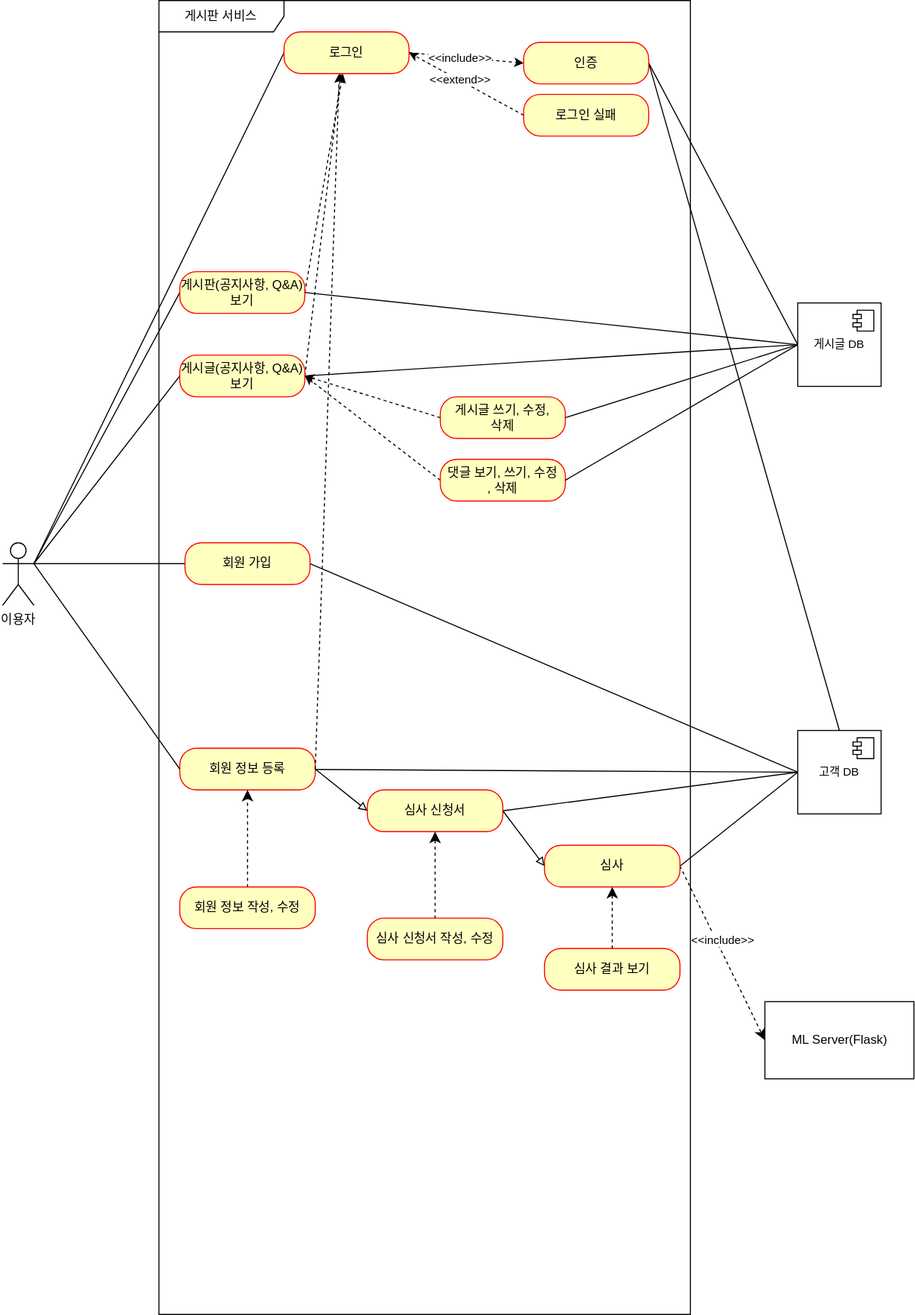
This is document/할부금융 usecase.drawio.svg from MasterOfAglioEolio/auto-loan-project, a draw.io export, as it was before one commit. Source tidied: cells renumbered, new cells last; positions are measured from the earlier drawing's top-left corner, leaving out a move shared by most shapes. The source it was exported from:
```xml
<mxGraphModel>
  <root>
    <mxCell id="0" />
    <mxCell id="1" parent="0" />
    <mxCell id="2" value="ML Server(Flask)" style="html=1;whiteSpace=wrap;" parent="1" vertex="1">
      <mxGeometry x="731.5" y="960" width="143" height="74" as="geometry" />
    </mxCell>
    <mxCell id="3" style="edgeStyle=none;shape=connector;rounded=0;jettySize=auto;html=1;exitX=0;exitY=0.5;exitDx=0;exitDy=0;entryX=1;entryY=0.5;entryDx=0;entryDy=0;labelBackgroundColor=default;strokeColor=default;fontFamily=Helvetica;fontSize=11;fontColor=default;endArrow=none;endFill=0;" parent="1" edge="1" source="32" target="14">
      <mxGeometry relative="1" as="geometry" />
    </mxCell>
    <mxCell id="4" style="rounded=0;jettySize=auto;html=1;entryX=0;entryY=0.5;entryDx=0;entryDy=0;endArrow=none;endFill=0;exitX=1;exitY=0.3333333333333333;exitDx=0;exitDy=0;exitPerimeter=0;" parent="1" edge="1" source="7" target="10">
      <mxGeometry relative="1" as="geometry" />
    </mxCell>
    <mxCell id="5" style="rounded=0;jettySize=auto;html=1;exitX=1;exitY=0.3333333333333333;exitDx=0;exitDy=0;exitPerimeter=0;entryX=0;entryY=0.5;entryDx=0;entryDy=0;endArrow=none;endFill=0;" parent="1" edge="1" source="7" target="12">
      <mxGeometry relative="1" as="geometry" />
    </mxCell>
    <mxCell id="6" style="edgeStyle=none;shape=connector;rounded=0;jettySize=auto;html=1;entryX=0;entryY=0.5;entryDx=0;entryDy=0;labelBackgroundColor=default;strokeColor=default;fontFamily=Helvetica;fontSize=11;fontColor=default;endArrow=none;endFill=0;exitX=1;exitY=0.3333333333333333;exitDx=0;exitDy=0;exitPerimeter=0;" parent="1" edge="1" source="7" target="14">
      <mxGeometry relative="1" as="geometry" />
    </mxCell>
    <mxCell id="7" value="이용자" style="shape=umlActor;verticalLabelPosition=bottom;verticalAlign=top;html=1;" parent="1" vertex="1">
      <mxGeometry y="520" width="30" height="60" as="geometry" />
    </mxCell>
    <mxCell id="8" value="게시판 서비스" style="shape=umlFrame;whiteSpace=wrap;html=1;width=120;height=30;" parent="1" vertex="1">
      <mxGeometry x="150" width="510" height="1260" as="geometry" />
    </mxCell>
    <mxCell id="9" style="edgeStyle=none;curved=1;rounded=0;jettySize=auto;html=1;exitX=1;exitY=0.5;exitDx=0;exitDy=0;entryX=0;entryY=0.5;entryDx=0;entryDy=0;fontSize=12;startSize=8;endSize=8;endArrow=none;endFill=0;" parent="1" edge="1" source="10" target="40">
      <mxGeometry relative="1" as="geometry" />
    </mxCell>
    <mxCell id="10" value="회원 가입" style="rounded=1;whiteSpace=wrap;html=1;arcSize=40;fontColor=#000000;fillColor=#ffffc0;strokeColor=#ff0000;" parent="1" vertex="1">
      <mxGeometry x="175" y="520" width="120" height="40" as="geometry" />
    </mxCell>
    <mxCell id="11" style="edgeStyle=none;shape=connector;rounded=0;jettySize=auto;html=1;exitX=1;exitY=0.5;exitDx=0;exitDy=0;labelBackgroundColor=default;strokeColor=default;fontFamily=Helvetica;fontSize=11;fontColor=default;endArrow=classic;endFill=1;dashed=1;" parent="1" edge="1" source="12" target="20">
      <mxGeometry relative="1" as="geometry" />
    </mxCell>
    <mxCell id="12" value="게시판(공지사항, Q&amp;amp;A) 보기" style="rounded=1;whiteSpace=wrap;html=1;arcSize=40;fontColor=#000000;fillColor=#ffffc0;strokeColor=#ff0000;" parent="1" vertex="1">
      <mxGeometry x="170" y="260" width="120" height="40" as="geometry" />
    </mxCell>
    <mxCell id="13" style="edgeStyle=none;shape=connector;rounded=0;jettySize=auto;html=1;exitX=1;exitY=0.5;exitDx=0;exitDy=0;entryX=0.455;entryY=1.001;entryDx=0;entryDy=0;labelBackgroundColor=default;strokeColor=default;fontFamily=Helvetica;fontSize=11;fontColor=default;endArrow=classic;endFill=1;dashed=1;entryPerimeter=0;" parent="1" edge="1" source="14" target="20">
      <mxGeometry relative="1" as="geometry" />
    </mxCell>
    <mxCell id="14" value="게시글(공지사항, Q&amp;amp;A) 보기" style="rounded=1;whiteSpace=wrap;html=1;arcSize=40;fontColor=#000000;fillColor=#ffffc0;strokeColor=#ff0000;" parent="1" vertex="1">
      <mxGeometry x="170" y="340" width="120" height="40" as="geometry" />
    </mxCell>
    <mxCell id="15" style="rounded=0;jettySize=auto;html=1;exitX=0;exitY=0.5;exitDx=0;exitDy=0;entryX=1;entryY=0.3333333333333333;entryDx=0;entryDy=0;entryPerimeter=0;endArrow=none;endFill=0;" parent="1" edge="1" source="20" target="7">
      <mxGeometry relative="1" as="geometry" />
    </mxCell>
    <mxCell id="16" style="edgeStyle=none;shape=connector;rounded=0;jettySize=auto;html=1;exitX=1;exitY=0.5;exitDx=0;exitDy=0;entryX=0;entryY=0.5;entryDx=0;entryDy=0;labelBackgroundColor=default;strokeColor=default;fontFamily=Helvetica;fontSize=11;fontColor=default;endArrow=classic;endFill=1;dashed=1;" parent="1" edge="1" source="20" target="23">
      <mxGeometry relative="1" as="geometry" />
    </mxCell>
    <mxCell id="17" value="&amp;lt;&amp;lt;include&amp;gt;&amp;gt;" style="edgeLabel;html=1;align=center;verticalAlign=middle;fontSize=11;fontFamily=Helvetica;fontColor=default;" parent="16" vertex="1">
      <mxGeometry x="-0.13" relative="1" as="geometry" />
    </mxCell>
    <mxCell id="18" style="edgeStyle=none;shape=connector;rounded=0;jettySize=auto;html=1;exitX=0;exitY=0.5;exitDx=0;exitDy=0;labelBackgroundColor=default;strokeColor=default;fontFamily=Helvetica;fontSize=11;fontColor=default;endArrow=classic;endFill=1;dashed=1;entryX=1;entryY=0.5;entryDx=0;entryDy=0;targetPerimeterSpacing=0;" parent="1" edge="1" source="24" target="20">
      <mxGeometry relative="1" as="geometry" />
    </mxCell>
    <mxCell id="19" value="&amp;lt;&amp;lt;extend&amp;gt;&amp;gt;" style="edgeLabel;html=1;align=center;verticalAlign=middle;fontSize=11;fontFamily=Helvetica;fontColor=default;" parent="18" vertex="1">
      <mxGeometry x="0.12" y="-1" relative="1" as="geometry" />
    </mxCell>
    <mxCell id="20" value="로그인" style="rounded=1;whiteSpace=wrap;html=1;arcSize=40;fontColor=#000000;fillColor=#ffffc0;strokeColor=#ff0000;" parent="1" vertex="1">
      <mxGeometry x="270" y="30" width="120" height="40" as="geometry" />
    </mxCell>
    <mxCell id="21" style="edgeStyle=none;shape=connector;rounded=0;jettySize=auto;html=1;exitX=1;exitY=0.5;exitDx=0;exitDy=0;entryX=0;entryY=0.5;entryDx=0;entryDy=0;labelBackgroundColor=default;strokeColor=default;fontFamily=Helvetica;fontSize=11;fontColor=default;endArrow=none;endFill=0;" parent="1" edge="1" source="23" target="32">
      <mxGeometry relative="1" as="geometry" />
    </mxCell>
    <mxCell id="22" style="rounded=0;jettySize=auto;html=1;exitX=1;exitY=0.5;exitDx=0;exitDy=0;entryX=0.5;entryY=0;entryDx=0;entryDy=0;startArrow=none;startFill=0;endArrow=none;endFill=0;" parent="1" edge="1" source="23" target="40">
      <mxGeometry relative="1" as="geometry" />
    </mxCell>
    <mxCell id="23" value="인증" style="rounded=1;whiteSpace=wrap;html=1;arcSize=40;fontColor=#000000;fillColor=#ffffc0;strokeColor=#ff0000;" parent="1" vertex="1">
      <mxGeometry x="500" y="40" width="120" height="40" as="geometry" />
    </mxCell>
    <mxCell id="24" value="로그인 실패" style="rounded=1;whiteSpace=wrap;html=1;arcSize=40;fontColor=#000000;fillColor=#ffffc0;strokeColor=#ff0000;" parent="1" vertex="1">
      <mxGeometry x="500" y="90" width="120" height="40" as="geometry" />
    </mxCell>
    <mxCell id="25" style="edgeStyle=none;shape=connector;rounded=0;jettySize=auto;html=1;exitX=0;exitY=0.5;exitDx=0;exitDy=0;entryX=1;entryY=0.5;entryDx=0;entryDy=0;dashed=1;labelBackgroundColor=default;strokeColor=default;fontFamily=Helvetica;fontSize=11;fontColor=default;endArrow=classic;endFill=1;" parent="1" edge="1" source="26" target="14">
      <mxGeometry relative="1" as="geometry" />
    </mxCell>
    <mxCell id="26" value="게시글 쓰기, 수정, &lt;br&gt;삭제" style="rounded=1;whiteSpace=wrap;html=1;arcSize=40;fontColor=#000000;fillColor=#ffffc0;strokeColor=#ff0000;" parent="1" vertex="1">
      <mxGeometry x="420" y="380" width="120" height="40" as="geometry" />
    </mxCell>
    <mxCell id="27" style="edgeStyle=none;shape=connector;rounded=0;jettySize=auto;html=1;exitX=0;exitY=0.5;exitDx=0;exitDy=0;dashed=1;labelBackgroundColor=default;strokeColor=default;fontFamily=Helvetica;fontSize=11;fontColor=default;endArrow=classic;endFill=1;" parent="1" edge="1" source="28">
      <mxGeometry relative="1" as="geometry">
        <mxPoint x="290" y="360" as="targetPoint" />
      </mxGeometry>
    </mxCell>
    <mxCell id="28" value="댓글 보기, 쓰기, 수정&lt;br&gt;, 삭제" style="rounded=1;whiteSpace=wrap;html=1;arcSize=40;fontColor=#000000;fillColor=#ffffc0;strokeColor=#ff0000;" parent="1" vertex="1">
      <mxGeometry x="420" y="440" width="120" height="40" as="geometry" />
    </mxCell>
    <mxCell id="29" style="edgeStyle=none;shape=connector;rounded=0;jettySize=auto;html=1;exitX=0;exitY=0.5;exitDx=0;exitDy=0;entryX=1;entryY=0.5;entryDx=0;entryDy=0;labelBackgroundColor=default;strokeColor=default;fontFamily=Helvetica;fontSize=11;fontColor=default;endArrow=none;endFill=0;" parent="1" edge="1" source="32" target="12">
      <mxGeometry relative="1" as="geometry" />
    </mxCell>
    <mxCell id="30" style="edgeStyle=none;shape=connector;rounded=0;jettySize=auto;html=1;exitX=0;exitY=0.5;exitDx=0;exitDy=0;entryX=1;entryY=0.5;entryDx=0;entryDy=0;labelBackgroundColor=default;strokeColor=default;fontFamily=Helvetica;fontSize=11;fontColor=default;endArrow=none;endFill=0;" parent="1" edge="1" source="32" target="26">
      <mxGeometry relative="1" as="geometry" />
    </mxCell>
    <mxCell id="31" style="edgeStyle=none;shape=connector;rounded=0;jettySize=auto;html=1;exitX=0;exitY=0.5;exitDx=0;exitDy=0;entryX=1;entryY=0.5;entryDx=0;entryDy=0;labelBackgroundColor=default;strokeColor=default;fontFamily=Helvetica;fontSize=11;fontColor=default;endArrow=none;endFill=0;" parent="1" edge="1" source="32" target="28">
      <mxGeometry relative="1" as="geometry" />
    </mxCell>
    <mxCell id="32" value="게시글 DB" style="html=1;whiteSpace=wrap;fontFamily=Helvetica;fontSize=11;fontColor=default;" parent="1" vertex="1">
      <mxGeometry x="763" y="290" width="80" height="80" as="geometry" />
    </mxCell>
    <mxCell id="33" style="shape=module;jettyWidth=8;jettyHeight=4;fontFamily=Helvetica;fontSize=11;fontColor=default;" parent="32" vertex="1">
      <mxGeometry x="1" width="20" height="20" relative="1" as="geometry">
        <mxPoint x="-27" y="7" as="offset" />
      </mxGeometry>
    </mxCell>
    <mxCell id="34" value="회원 정보 등록" style="rounded=1;whiteSpace=wrap;html=1;arcSize=40;fontColor=#000000;fillColor=#ffffc0;strokeColor=#ff0000;" parent="1" vertex="1">
      <mxGeometry x="170" y="717" width="130" height="40" as="geometry" />
    </mxCell>
    <mxCell id="35" style="endArrow=none;html=1;rounded=0;exitX=0;exitY=0.5;exitDx=0;exitDy=0;entryX=1;entryY=0.3333333333333333;entryDx=0;entryDy=0;entryPerimeter=0;" parent="1" edge="1" source="34" target="7">
      <mxGeometry relative="1" as="geometry" />
    </mxCell>
    <mxCell id="36" style="endArrow=classic;html=1;rounded=0;entryX=0.442;entryY=1;entryDx=0;entryDy=0;entryPerimeter=0;exitX=1;exitY=0.5;exitDx=0;exitDy=0;jumpStyle=none;dashed=1;" parent="1" edge="1" source="34" target="20">
      <mxGeometry relative="1" as="geometry" />
    </mxCell>
    <mxCell id="37" style="edgeStyle=none;curved=1;rounded=0;jettySize=auto;html=1;exitX=0;exitY=0.5;exitDx=0;exitDy=0;fontSize=12;startSize=8;endSize=8;startArrow=none;startFill=0;endArrow=none;endFill=0;" parent="1" edge="1" source="40" target="34">
      <mxGeometry relative="1" as="geometry" />
    </mxCell>
    <mxCell id="38" style="edgeStyle=none;curved=1;rounded=0;jettySize=auto;html=1;exitX=0;exitY=0.5;exitDx=0;exitDy=0;entryX=1;entryY=0.5;entryDx=0;entryDy=0;fontSize=12;startSize=8;endSize=8;endArrow=none;endFill=0;" parent="1" edge="1" source="40" target="44">
      <mxGeometry relative="1" as="geometry" />
    </mxCell>
    <mxCell id="39" style="edgeStyle=none;curved=1;rounded=0;jettySize=auto;html=1;exitX=0;exitY=0.5;exitDx=0;exitDy=0;entryX=1;entryY=0.5;entryDx=0;entryDy=0;fontSize=12;startSize=8;endSize=8;endArrow=none;endFill=0;" parent="1" edge="1" source="40" target="50">
      <mxGeometry relative="1" as="geometry" />
    </mxCell>
    <mxCell id="40" value="고객 DB" style="html=1;whiteSpace=wrap;fontFamily=Helvetica;fontSize=11;fontColor=default;" parent="1" vertex="1">
      <mxGeometry x="763" y="700" width="80" height="80" as="geometry" />
    </mxCell>
    <mxCell id="41" style="shape=module;jettyWidth=8;jettyHeight=4;fontFamily=Helvetica;fontSize=11;fontColor=default;" parent="40" vertex="1">
      <mxGeometry x="1" width="20" height="20" relative="1" as="geometry">
        <mxPoint x="-27" y="7" as="offset" />
      </mxGeometry>
    </mxCell>
    <mxCell id="42" style="endArrow=block;html=1;rounded=0;exitX=1;exitY=0.5;exitDx=0;exitDy=0;entryX=0;entryY=0.5;entryDx=0;entryDy=0;endFill=0;" parent="1" edge="1" source="44" target="50">
      <mxGeometry relative="1" as="geometry" />
    </mxCell>
    <mxCell id="43" style="endArrow=block;html=1;rounded=0;exitX=1;exitY=0.5;exitDx=0;exitDy=0;entryX=0;entryY=0.5;entryDx=0;entryDy=0;endFill=0;" parent="1" edge="1" source="34" target="44">
      <mxGeometry relative="1" as="geometry" />
    </mxCell>
    <mxCell id="44" value="심사 신청서" style="rounded=1;whiteSpace=wrap;html=1;arcSize=40;fontColor=#000000;fillColor=#ffffc0;strokeColor=#ff0000;" parent="1" vertex="1">
      <mxGeometry x="350" y="757" width="130" height="40" as="geometry" />
    </mxCell>
    <mxCell id="45" style="edgeStyle=none;curved=1;rounded=0;jettySize=auto;html=1;exitX=0.5;exitY=0;exitDx=0;exitDy=0;entryX=0.5;entryY=1;entryDx=0;entryDy=0;fontSize=12;startSize=8;endSize=8;dashed=1;" parent="1" edge="1" source="46" target="44">
      <mxGeometry relative="1" as="geometry" />
    </mxCell>
    <mxCell id="46" value="심사 신청서 작성, 수정" style="rounded=1;whiteSpace=wrap;html=1;arcSize=40;fontColor=#000000;fillColor=#ffffc0;strokeColor=#ff0000;" parent="1" vertex="1">
      <mxGeometry x="350" y="880" width="130" height="40" as="geometry" />
    </mxCell>
    <mxCell id="47" style="edgeStyle=none;curved=1;rounded=0;jettySize=auto;html=1;exitX=0.5;exitY=0;exitDx=0;exitDy=0;entryX=0.5;entryY=1;entryDx=0;entryDy=0;fontSize=12;startSize=8;endSize=8;dashed=1;" parent="1" edge="1" source="48" target="34">
      <mxGeometry relative="1" as="geometry" />
    </mxCell>
    <mxCell id="48" value="회원 정보 작성, 수정" style="rounded=1;whiteSpace=wrap;html=1;arcSize=40;fontColor=#000000;fillColor=#ffffc0;strokeColor=#ff0000;" parent="1" vertex="1">
      <mxGeometry x="170" y="850" width="130" height="40" as="geometry" />
    </mxCell>
    <mxCell id="49" style="edgeStyle=none;curved=1;rounded=0;jettySize=auto;html=1;exitX=1;exitY=0.5;exitDx=0;exitDy=0;entryX=0;entryY=0.5;entryDx=0;entryDy=0;fontSize=12;startSize=8;endSize=8;dashed=1;" parent="1" edge="1" source="50" target="2">
      <mxGeometry relative="1" as="geometry" />
    </mxCell>
    <mxCell id="50" value="심사" style="rounded=1;whiteSpace=wrap;html=1;arcSize=40;fontColor=#000000;fillColor=#ffffc0;strokeColor=#ff0000;" parent="1" vertex="1">
      <mxGeometry x="520" y="810" width="130" height="40" as="geometry" />
    </mxCell>
    <mxCell id="51" value="&amp;lt;&amp;lt;include&amp;gt;&amp;gt;" style="edgeLabel;html=1;align=center;verticalAlign=middle;fontSize=11;fontFamily=Helvetica;fontColor=default;" parent="1" vertex="1">
      <mxGeometry x="690" y="900" as="geometry" />
    </mxCell>
    <mxCell id="52" value="심사 결과 보기" style="rounded=1;whiteSpace=wrap;html=1;arcSize=40;fontColor=#000000;fillColor=#ffffc0;strokeColor=#ff0000;" parent="1" vertex="1">
      <mxGeometry x="520" y="909" width="130" height="40" as="geometry" />
    </mxCell>
    <mxCell id="53" style="edgeStyle=none;curved=1;rounded=0;jettySize=auto;html=1;exitX=0.5;exitY=0;exitDx=0;exitDy=0;entryX=0.5;entryY=1;entryDx=0;entryDy=0;fontSize=12;startSize=8;endSize=8;dashed=1;" parent="1" edge="1" source="52" target="50">
      <mxGeometry relative="1" as="geometry" />
    </mxCell>
  </root>
</mxGraphModel>
```
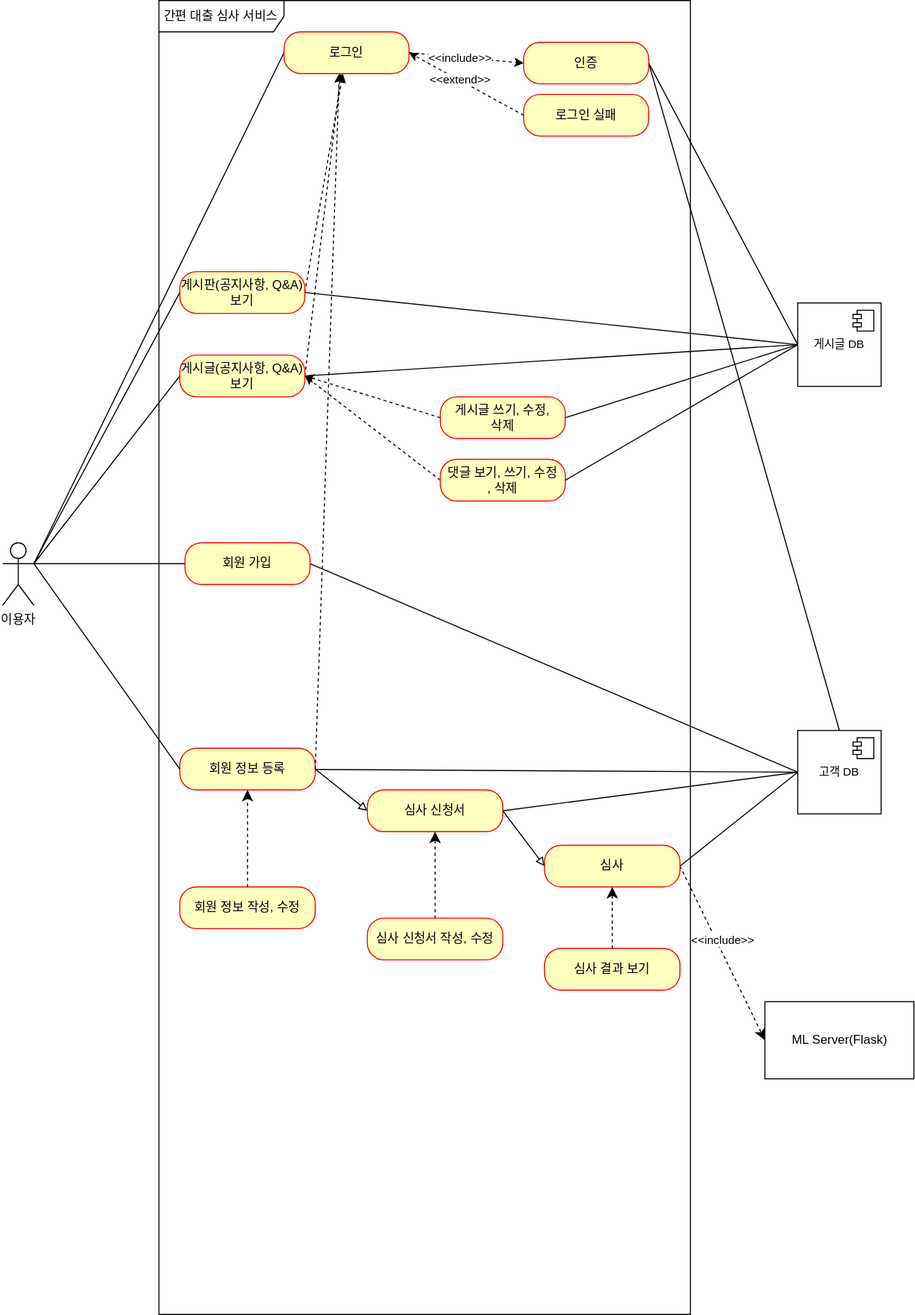
The same file after the commit.

Commit message:
use case 수정

The edit, as a diff of the source:
```diff
@@ -20,7 +20,7 @@
     <mxCell id="7" value="이용자" style="shape=umlActor;verticalLabelPosition=bottom;verticalAlign=top;html=1;" parent="1" vertex="1">
       <mxGeometry y="520" width="30" height="60" as="geometry" />
     </mxCell>
-    <mxCell id="8" value="게시판 서비스" style="shape=umlFrame;whiteSpace=wrap;html=1;width=120;height=30;" parent="1" vertex="1">
+    <mxCell id="8" value="간편 대출 심사 서비스" style="shape=umlFrame;whiteSpace=wrap;html=1;width=120;height=30;" parent="1" vertex="1">
       <mxGeometry x="150" width="510" height="1260" as="geometry" />
     </mxCell>
     <mxCell id="9" style="edgeStyle=none;curved=1;rounded=0;jettySize=auto;html=1;exitX=1;exitY=0.5;exitDx=0;exitDy=0;entryX=0;entryY=0.5;entryDx=0;entryDy=0;fontSize=12;startSize=8;endSize=8;endArrow=none;endFill=0;" parent="1" edge="1" source="10" target="40">
```
